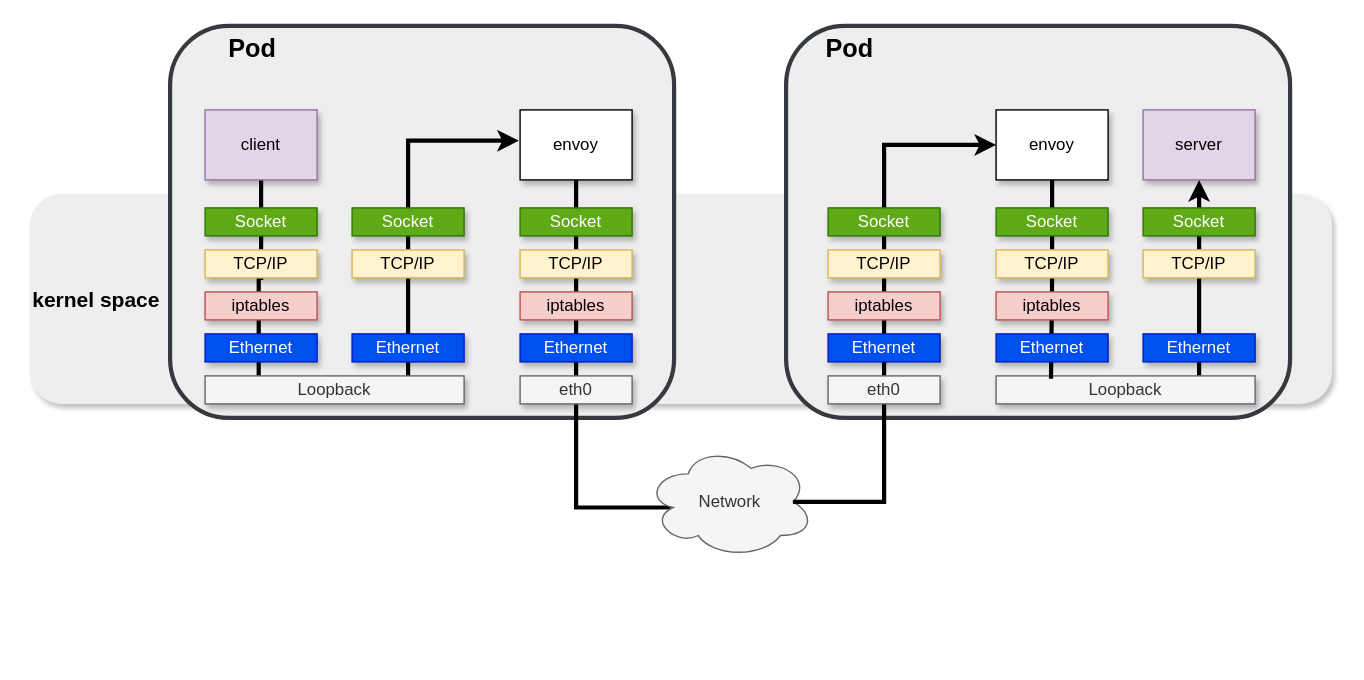
The draw.io diagram istio_dataflow/global_arch_before_after/datapath between sidecar and service(before).drawio in xu1zhou/Documents, before the edit. Source tidied: cells renumbered, new cells numbered last; positions are measured from the earlier drawing's top-left corner, leaving out a move shared by most shapes. Both pictures are drawn from the tidied source at 140%, with x=0, y=0 at pixel (29, 25).
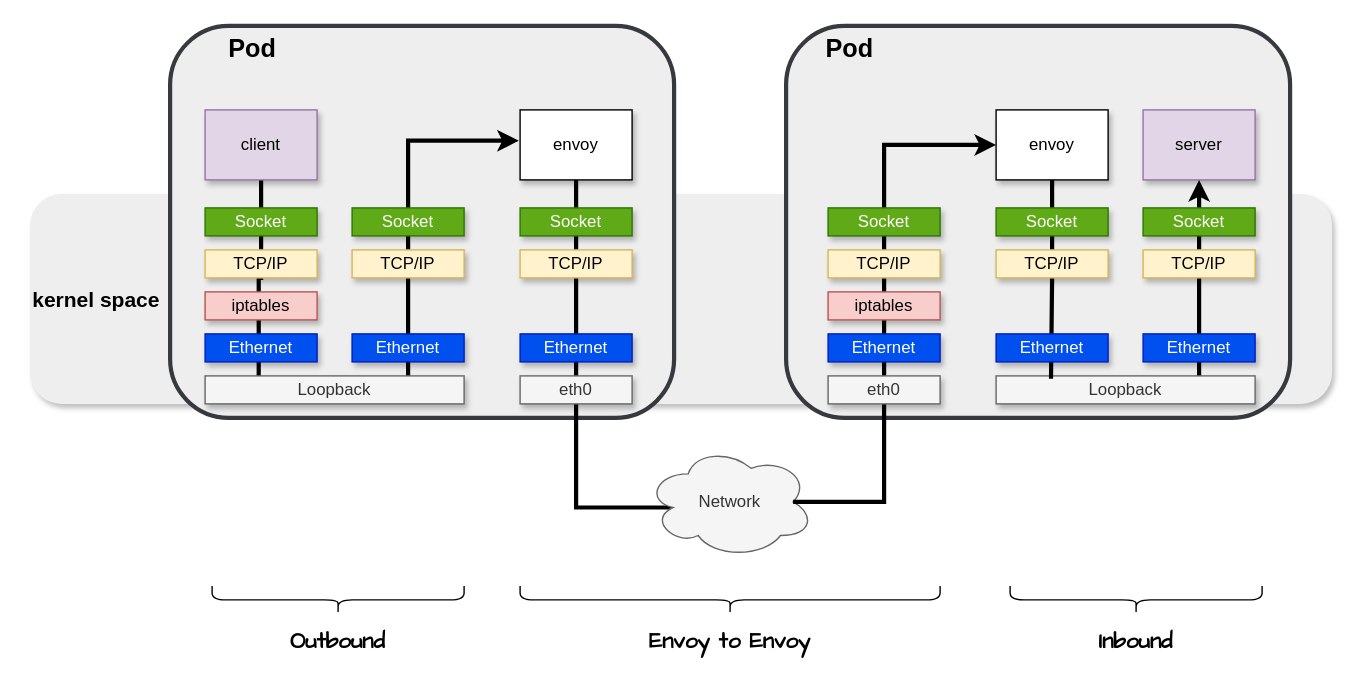
Above is the later version.

Diff of the diagram source:
```diff
@@
-    <mxCell id="19" value="iptables" style="rounded=0;whiteSpace=wrap;html=1;fillColor=#f8cecc;strokeColor=#b85450;shadow=1;" parent="1" vertex="1">
-      <mxGeometry x="350" y="190" width="80" height="20" as="geometry" />
-    </mxCell>
@@
-    <mxCell id="40" value="iptables" style="rounded=0;whiteSpace=wrap;html=1;fillColor=#f8cecc;strokeColor=#b85450;shadow=1;" parent="1" vertex="1">
-      <mxGeometry x="690" y="190" width="80" height="20" as="geometry" />
-    </mxCell>
@@
+    <mxCell id="42" style="shape=curlyBracket;whiteSpace=wrap;html=1;rounded=1;flipH=1;size=0.5;rotation=90;" parent="1" vertex="1">
+      <mxGeometry x="210" y="320" width="20" height="180" as="geometry" />
+    </mxCell>
+    <mxCell id="43" style="shape=curlyBracket;whiteSpace=wrap;html=1;rounded=1;flipH=1;size=0.5;rotation=90;" parent="1" vertex="1">
+      <mxGeometry x="490" y="260" width="20" height="300" as="geometry" />
+    </mxCell>
+    <mxCell id="44" style="shape=curlyBracket;whiteSpace=wrap;html=1;rounded=1;flipH=1;size=0.5;rotation=90;" parent="1" vertex="1">
+      <mxGeometry x="780" y="320" width="20" height="180" as="geometry" />
+    </mxCell>
+    <mxCell id="45" value="&lt;b&gt;&lt;font face=&quot;Comic Sans MS&quot; style=&quot;font-size: 16px&quot;&gt;Outbound&lt;/font&gt;&lt;/b&gt;" style="text;html=1;strokeColor=none;fillColor=none;align=center;verticalAlign=middle;whiteSpace=wrap;rounded=0;" parent="1" vertex="1">
+      <mxGeometry x="200" y="430" width="40" height="20" as="geometry" />
+    </mxCell>
+    <mxCell id="46" value="&lt;b&gt;&lt;font face=&quot;Comic Sans MS&quot; style=&quot;font-size: 16px&quot;&gt;Envoy to Envoy&lt;/font&gt;&lt;/b&gt;" style="text;html=1;strokeColor=none;fillColor=none;align=center;verticalAlign=middle;whiteSpace=wrap;rounded=0;" parent="1" vertex="1">
+      <mxGeometry x="430" y="430" width="140" height="20" as="geometry" />
+    </mxCell>
+    <mxCell id="47" value="&lt;b&gt;&lt;font face=&quot;Comic Sans MS&quot; style=&quot;font-size: 16px&quot;&gt;Inbound&lt;/font&gt;&lt;/b&gt;" style="text;html=1;strokeColor=none;fillColor=none;align=center;verticalAlign=middle;whiteSpace=wrap;rounded=0;" parent="1" vertex="1">
+      <mxGeometry x="770" y="430" width="40" height="20" as="geometry" />
+    </mxCell>
```
